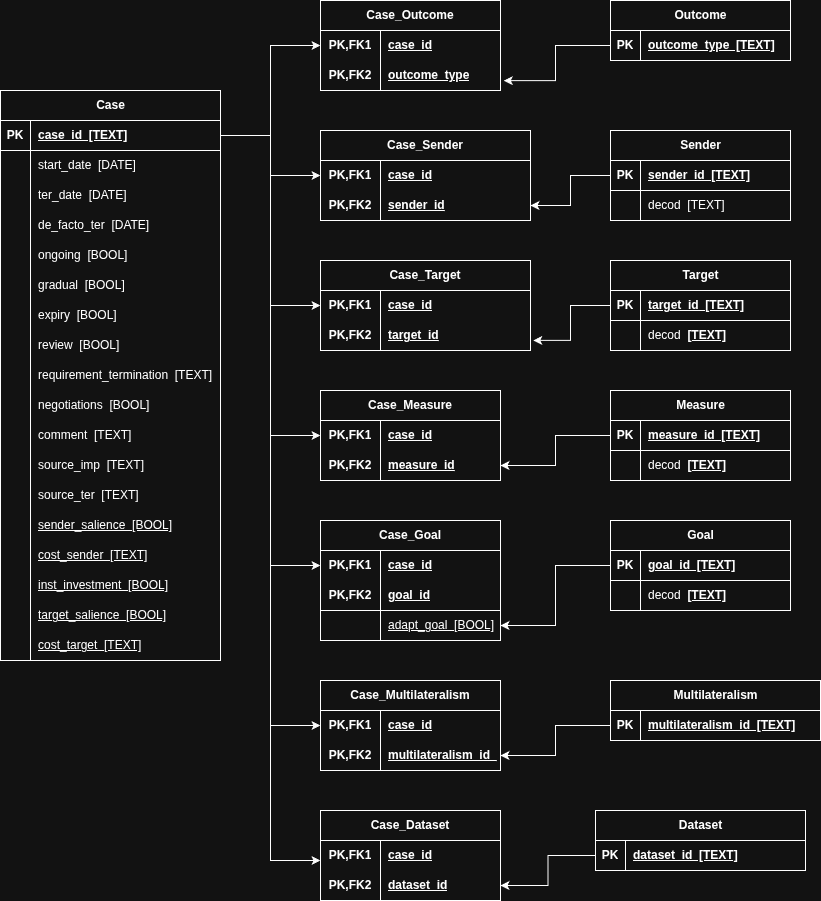
Before: ERD/ERD.drawio.png, a diagram exported from draw.io (jellyrosp/sanctions-termination-dataset). Source tidied: cells renumbered, new cells last; positions are measured from the earlier drawing's top-left corner, leaving out a move shared by most shapes.
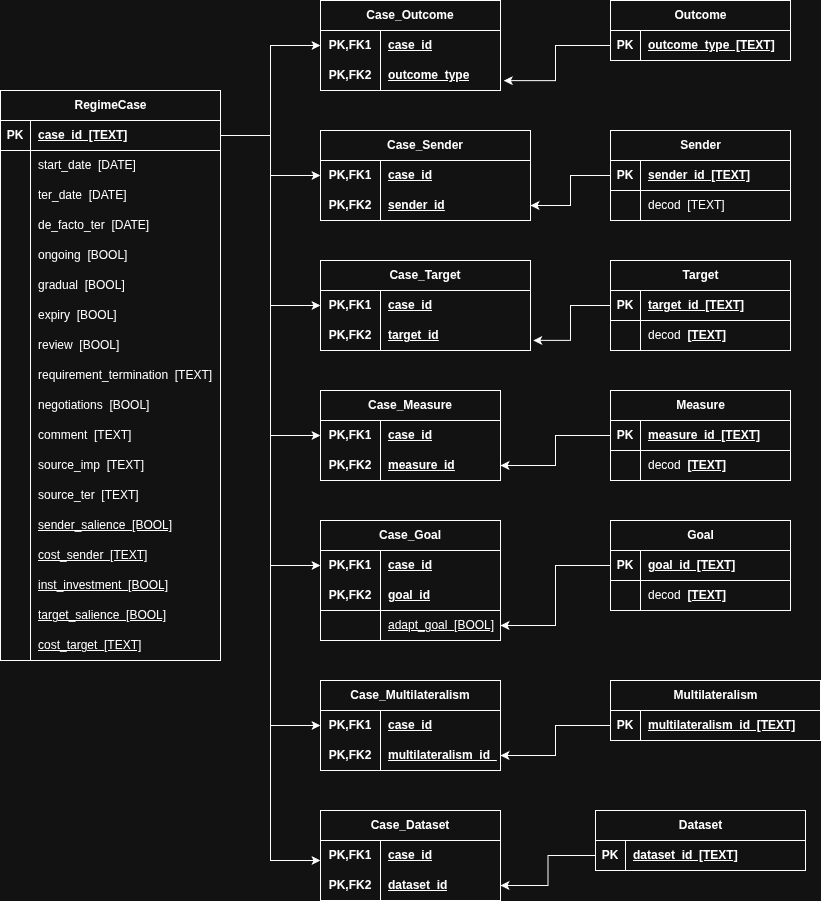
After the commit.

What changed in the source:
```diff
@@ -2,7 +2,7 @@
   <root>
     <mxCell id="0" />
     <mxCell id="1" parent="0" />
-    <mxCell id="2" value="Case" style="shape=table;startSize=30;rowLines=0;fontStyle=1;align=center;html=1;" parent="1" vertex="1">
+    <mxCell id="2" value="RegimeCase" style="shape=table;startSize=30;rowLines=0;fontStyle=1;align=center;html=1;" parent="1" vertex="1">
       <mxGeometry y="90" width="220" height="570" as="geometry" />
     </mxCell>
     <mxCell id="3" style="shape=tableRow;horizontal=0;startSize=0;swimlaneHead=0;swimlaneBody=0;fillColor=none;points=[[0,0.5],[1,0.5]];portConstraint=eastwest;top=0;left=0;right=0;bottom=1;" parent="2" vertex="1">
```
